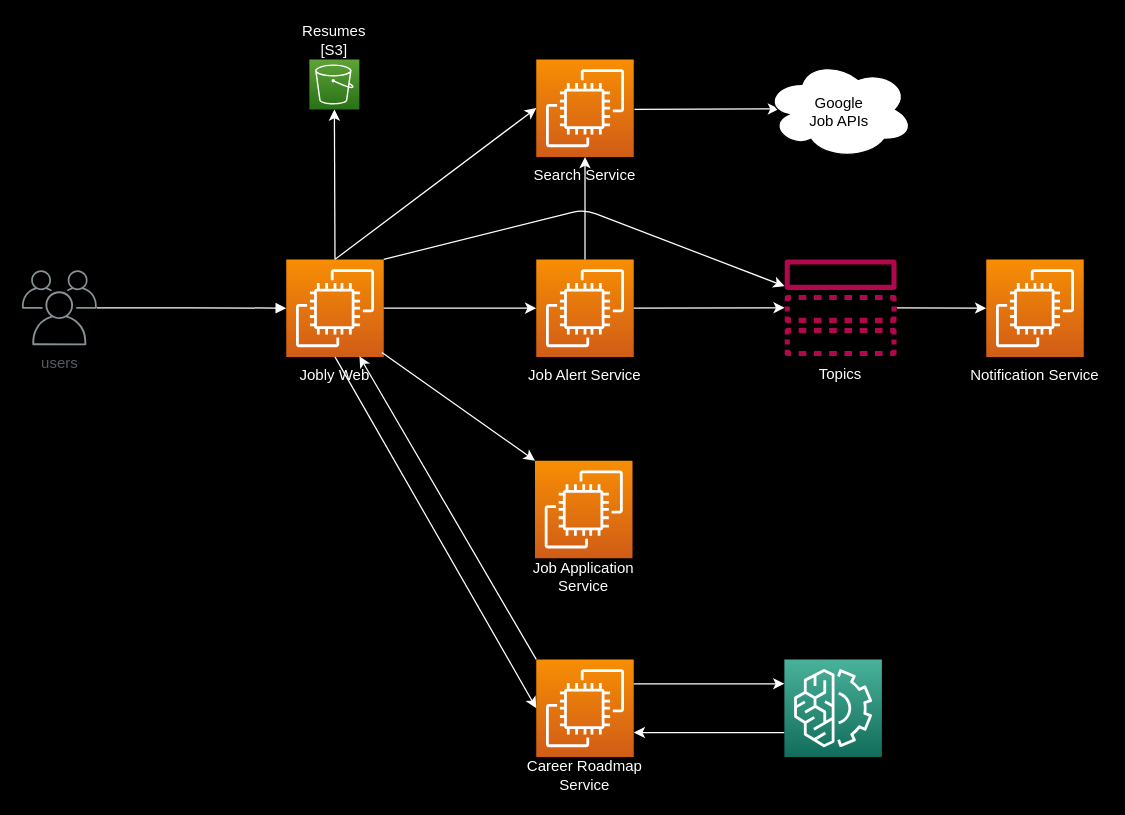
Earlier version of the draw.io diagram Design-Doc/Architecture.drawio (jobrack-io/Jobly). Source tidied: cells renumbered, new cells numbered last; positions are measured from the earlier drawing's top-left corner, leaving out a move shared by most shapes. Both pictures are drawn from the tidied source at 125%, with x=0, y=0 at pixel (21, 21).
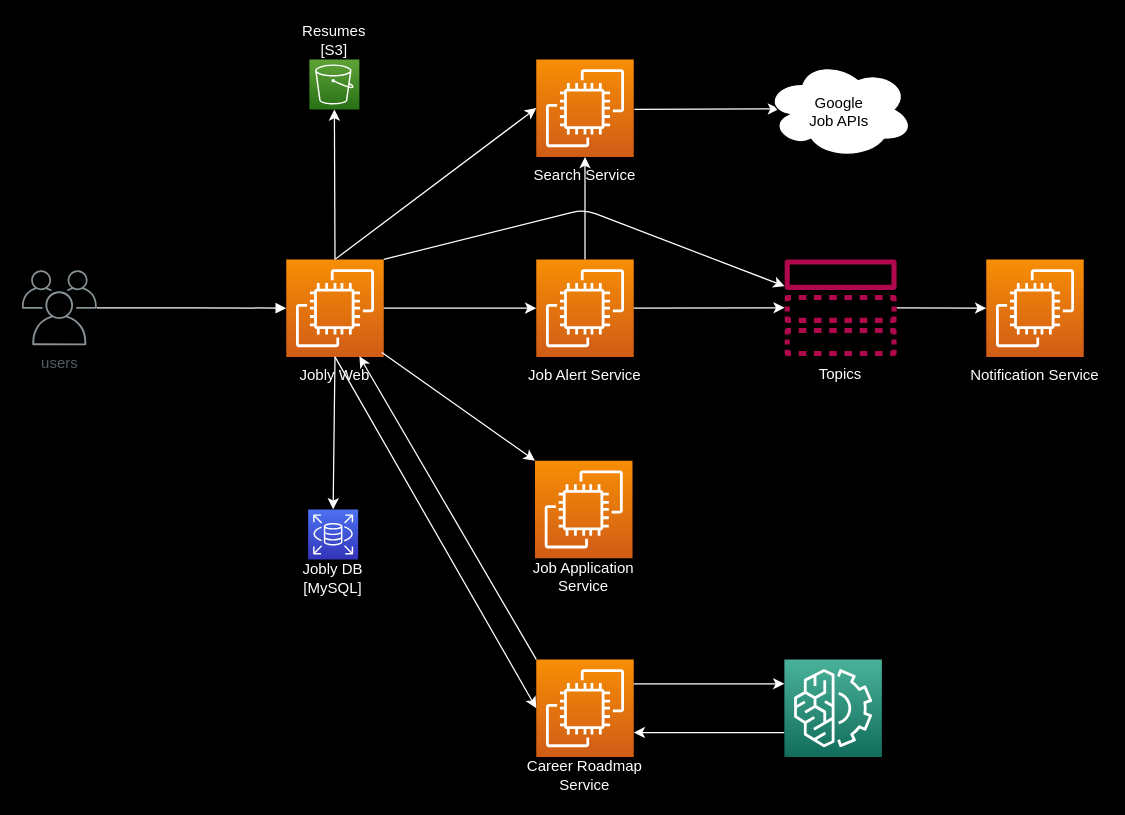
After the change.

Unchanged cells that the change refers to:
```xml
<mxCell id="13" value="Jobly Web" style="text;html=1;strokeColor=none;fillColor=none;align=center;verticalAlign=middle;whiteSpace=wrap;rounded=0;fontColor=#FFFFFF;" parent="11" vertex="1">
  <mxGeometry y="78" width="111" height="30" as="geometry" />
</mxCell>
```

What changed in the source:
```diff
@@
+    <mxCell id="46" style="edgeStyle=none;html=1;exitX=0.5;exitY=0;exitDx=0;exitDy=0;entryX=0.5;entryY=0;entryDx=0;entryDy=0;entryPerimeter=0;strokeColor=#FFFFFF;fontColor=#FFFFFF;" parent="1" edge="1" source="13" target="48">
+      <mxGeometry relative="1" as="geometry" />
+    </mxCell>
+    <mxCell id="47" style="group;" parent="1" vertex="1">
+      <mxGeometry x="219" y="390" width="60" height="70" as="geometry" />
+    </mxCell>
+    <mxCell id="48" style="sketch=0;points=[[0,0,0],[0.25,0,0],[0.5,0,0],[0.75,0,0],[1,0,0],[0,1,0],[0.25,1,0],[0.5,1,0],[0.75,1,0],[1,1,0],[0,0.25,0],[0,0.5,0],[0,0.75,0],[1,0.25,0],[1,0.5,0],[1,0.75,0]];outlineConnect=0;fontColor=#232F3E;gradientColor=#4D72F3;gradientDirection=north;fillColor=#3334B9;strokeColor=#ffffff;dashed=0;verticalLabelPosition=bottom;verticalAlign=top;align=center;html=1;fontSize=12;fontStyle=0;shape=mxgraph.aws4.resourceIcon;resIcon=mxgraph.aws4.rds;" parent="47" vertex="1">
+      <mxGeometry x="10" width="40" height="40" as="geometry" />
+    </mxCell>
+    <mxCell id="49" value="Jobly DB&lt;br&gt;[MySQL]" style="text;html=1;strokeColor=none;fillColor=none;align=center;verticalAlign=middle;whiteSpace=wrap;rounded=0;fontColor=#FFFFFF;" parent="47" vertex="1">
+      <mxGeometry y="40" width="60" height="30" as="geometry" />
+    </mxCell>
```
